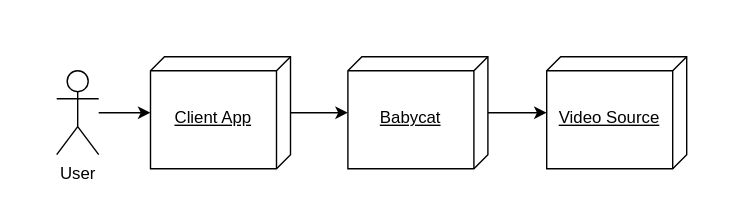
Above: docs/srs/figs/2-1.drawio.svg in skim2048/babycat (draw.io), before the change. Source tidied: cells renumbered, new cells last; positions are measured from the earlier drawing's top-left corner, leaving out a move shared by most shapes. Source of this version:
```xml
<mxGraphModel>
  <root>
    <mxCell id="0" />
    <mxCell id="1" parent="0" />
    <mxCell id="2" style="rounded=0;whiteSpace=wrap;html=1;fillColor=none;strokeColor=none;" parent="1" vertex="1">
      <mxGeometry width="530" height="150" as="geometry" />
    </mxCell>
    <mxCell id="3" style="edgeStyle=none;html=1;" parent="1" edge="1" source="4" target="6">
      <mxGeometry relative="1" as="geometry" />
    </mxCell>
    <mxCell id="4" value="User" style="shape=umlActor;verticalLabelPosition=bottom;verticalAlign=top;html=1;outlineConnect=0;fillColor=none;" parent="1" vertex="1">
      <mxGeometry x="40" y="50" width="30" height="60" as="geometry" />
    </mxCell>
    <mxCell id="5" style="edgeStyle=none;html=1;" parent="1" edge="1" source="6" target="8">
      <mxGeometry relative="1" as="geometry" />
    </mxCell>
    <mxCell id="6" value="Client App" style="verticalAlign=middle;align=center;spacingTop=8;spacingLeft=2;spacingRight=12;shape=cube;size=10;direction=south;fontStyle=4;html=1;whiteSpace=wrap;fillColor=none;" parent="1" vertex="1">
      <mxGeometry x="107" y="40" width="100" height="80" as="geometry" />
    </mxCell>
    <mxCell id="7" style="edgeStyle=none;html=1;" parent="1" edge="1" source="8" target="9">
      <mxGeometry relative="1" as="geometry" />
    </mxCell>
    <mxCell id="8" value="Babycat" style="verticalAlign=middle;align=center;spacingTop=8;spacingLeft=2;spacingRight=12;shape=cube;size=10;direction=south;fontStyle=4;html=1;whiteSpace=wrap;fillColor=none;" parent="1" vertex="1">
      <mxGeometry x="248" y="40" width="100" height="80" as="geometry" />
    </mxCell>
    <mxCell id="9" value="Video Source" style="verticalAlign=middle;align=center;spacingTop=8;spacingLeft=2;spacingRight=12;shape=cube;size=10;direction=south;fontStyle=4;html=1;whiteSpace=wrap;fillColor=none;" parent="1" vertex="1">
      <mxGeometry x="390" y="40" width="100" height="80" as="geometry" />
    </mxCell>
  </root>
</mxGraphModel>
```
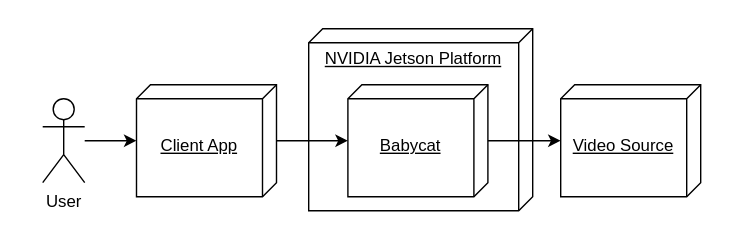
The same diagram one commit later.

Commit message:
Add Jetson Platform to SRS product perspective

Introduce NVIDIA Jetson Platform as the background infrastructure in
§2.1 and update 그림 2-1 accordingly. Rewrite §1.2 to state the
platform basis and the audio exclusion, and drop the reference-material
purpose from §1.1.

Change to the diagram source:
```diff
@@ -3,19 +3,22 @@
     <mxCell id="0" />
     <mxCell id="1" parent="0" />
     <mxCell id="2" style="rounded=0;whiteSpace=wrap;html=1;fillColor=none;strokeColor=none;" parent="1" vertex="1">
-      <mxGeometry width="530" height="150" as="geometry" />
+      <mxGeometry y="-20" width="530" height="170" as="geometry" />
     </mxCell>
+    <mxCell id="10" value="NVIDIA Jetson Platform" style="verticalAlign=top;align=center;spacingTop=8;spacingLeft=2;spacingRight=12;shape=cube;size=10;direction=south;fontStyle=4;html=1;whiteSpace=wrap;fillColor=none;" parent="1" vertex="1">
+      <mxGeometry x="220" width="160" height="130" as="geometry" />
+    </mxCell>
     <mxCell id="3" style="edgeStyle=none;html=1;" parent="1" edge="1" source="4" target="6">
       <mxGeometry relative="1" as="geometry" />
     </mxCell>
     <mxCell id="4" value="User" style="shape=umlActor;verticalLabelPosition=bottom;verticalAlign=top;html=1;outlineConnect=0;fillColor=none;" parent="1" vertex="1">
-      <mxGeometry x="40" y="50" width="30" height="60" as="geometry" />
+      <mxGeometry x="30" y="50" width="30" height="60" as="geometry" />
     </mxCell>
     <mxCell id="5" style="edgeStyle=none;html=1;" parent="1" edge="1" source="6" target="8">
       <mxGeometry relative="1" as="geometry" />
     </mxCell>
     <mxCell id="6" value="Client App" style="verticalAlign=middle;align=center;spacingTop=8;spacingLeft=2;spacingRight=12;shape=cube;size=10;direction=south;fontStyle=4;html=1;whiteSpace=wrap;fillColor=none;" parent="1" vertex="1">
-      <mxGeometry x="107" y="40" width="100" height="80" as="geometry" />
+      <mxGeometry x="97" y="40" width="100" height="80" as="geometry" />
     </mxCell>
     <mxCell id="7" style="edgeStyle=none;html=1;" parent="1" edge="1" source="8" target="9">
       <mxGeometry relative="1" as="geometry" />
@@ -24,7 +27,7 @@
       <mxGeometry x="248" y="40" width="100" height="80" as="geometry" />
     </mxCell>
     <mxCell id="9" value="Video Source" style="verticalAlign=middle;align=center;spacingTop=8;spacingLeft=2;spacingRight=12;shape=cube;size=10;direction=south;fontStyle=4;html=1;whiteSpace=wrap;fillColor=none;" parent="1" vertex="1">
-      <mxGeometry x="390" y="40" width="100" height="80" as="geometry" />
+      <mxGeometry x="400" y="40" width="100" height="80" as="geometry" />
     </mxCell>
   </root>
 </mxGraphModel>
```
